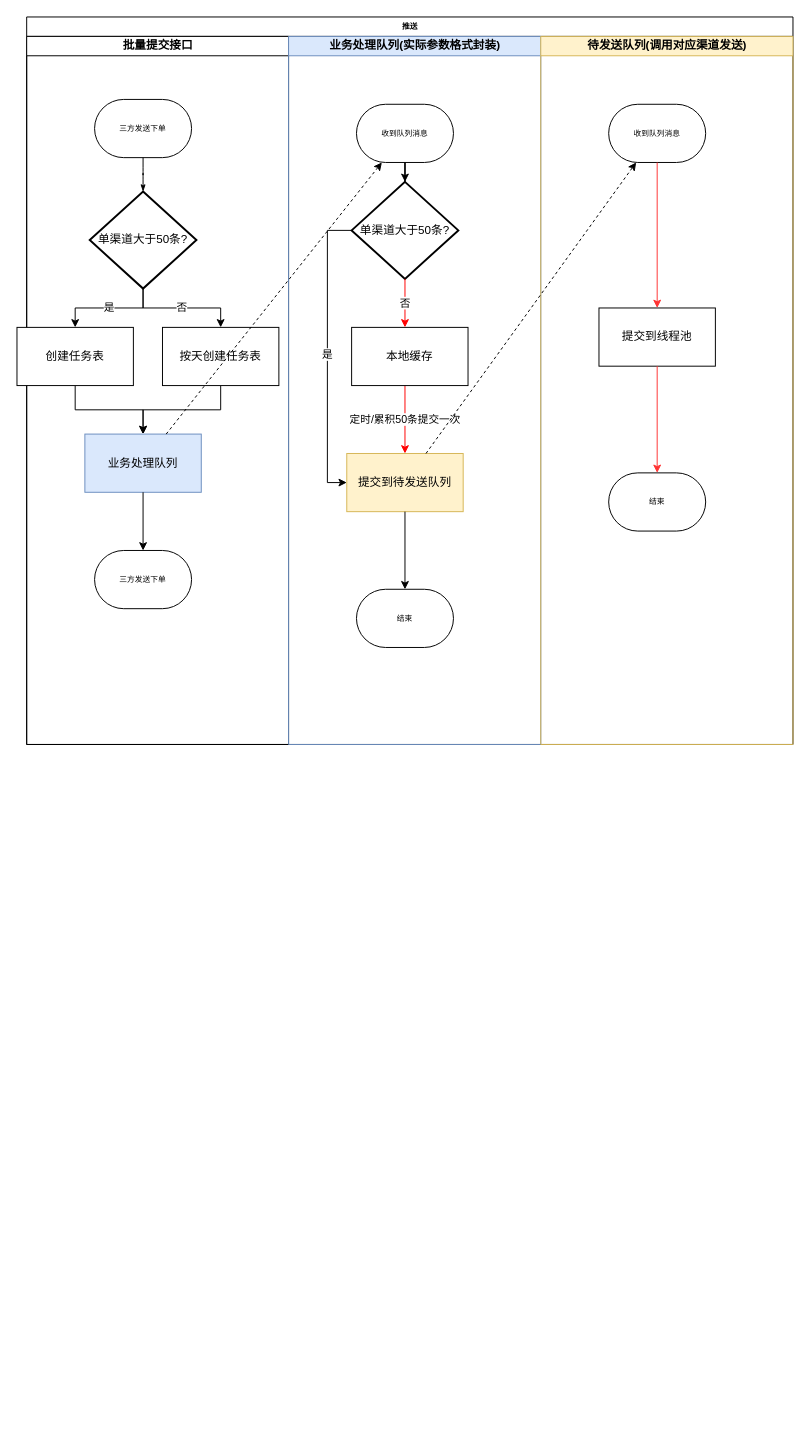
Earlier version of the draw.io diagram 工作项目/推送批量发送优化.drawio (springcloud-boot/draw.io). Source tidied: cells renumbered, new cells numbered last; positions are measured from the earlier drawing's top-left corner, leaving out a move shared by most shapes. Both pictures are drawn from the tidied source at 97%, with x=0, y=0 at pixel (16, 16).
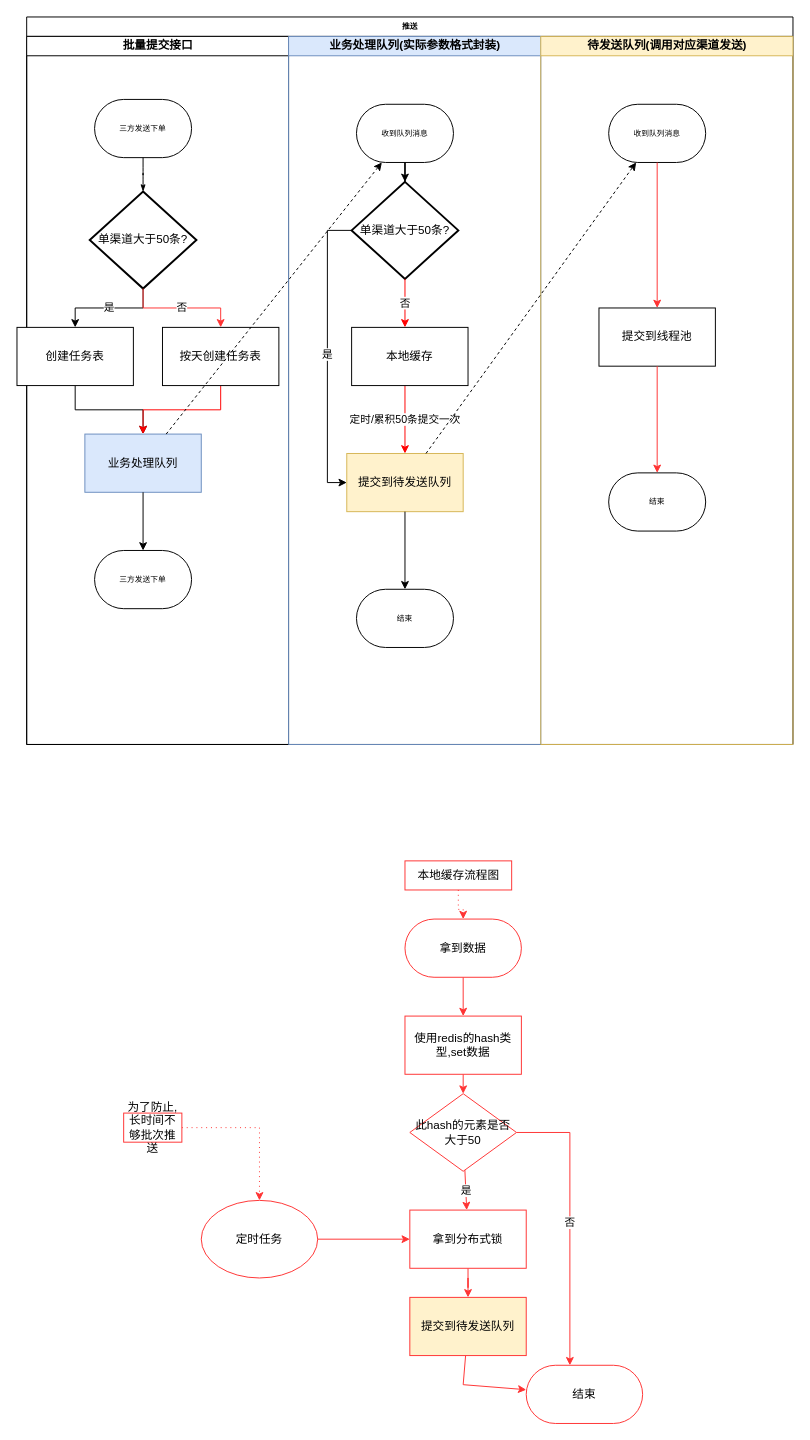
The same page after the edit.

Commit message (it also covers changes not shown here):
更新推送批量发送优化.drawio

Unchanged cells that the change refers to:
```xml
<mxCell id="3" value="批量提交接口" style="swimlane;html=1;startSize=20;" parent="2" vertex="1">
  <mxGeometry y="20" width="270" height="730" as="geometry" />
</mxCell>
<mxCell id="5" value="单渠道大于50条?" style="strokeWidth=2;html=1;shape=mxgraph.flowchart.decision;whiteSpace=wrap;" parent="3" vertex="1">
  <mxGeometry x="65" y="160" width="110" height="100" as="geometry" />
</mxCell>
<mxCell id="11" value="按天创建任务表" style="rounded=0;whiteSpace=wrap;html=1;" parent="3" vertex="1">
  <mxGeometry x="140" y="300" width="120" height="60" as="geometry" />
</mxCell>
<mxCell id="13" value="业务处理队列" style="rounded=0;whiteSpace=wrap;html=1;fillColor=#dae8fc;strokeColor=#6c8ebf;" parent="3" vertex="1">
  <mxGeometry x="60" y="410" width="120" height="60" as="geometry" />
</mxCell>
```

The edit, as a diff of the source:
```diff
@@
-    <mxCell id="10" style="edgeStyle=orthogonalEdgeStyle;rounded=0;jettySize=auto;html=1;" parent="3" edge="1" source="11" target="13">
+    <mxCell id="10" style="edgeStyle=orthogonalEdgeStyle;rounded=0;jettySize=auto;html=1;strokeColor=#FF0000;" parent="3" edge="1" source="11" target="13">
       <mxGeometry relative="1" as="geometry" />
     </mxCell>
@@
-    <mxCell id="12" value="否" style="edgeStyle=orthogonalEdgeStyle;rounded=0;jettySize=auto;html=1;" parent="3" edge="1" source="5" target="11">
+    <mxCell id="12" value="否" style="edgeStyle=orthogonalEdgeStyle;rounded=0;jettySize=auto;html=1;strokeColor=#FF3333;" parent="3" edge="1" source="5" target="11">
       <mxGeometry relative="1" as="geometry" />
     </mxCell>
@@
+    <mxCell id="35" style="edgeStyle=orthogonalEdgeStyle;rounded=0;jettySize=auto;html=1;dashed=1;dashPattern=1 4;strokeColor=#FF3333;" parent="1" edge="1" source="36" target="38">
+      <mxGeometry relative="1" as="geometry" />
+    </mxCell>
+    <mxCell id="36" value="本地缓存流程图" style="text;html=1;align=center;verticalAlign=middle;points=[];strokeColor=#FF3333;fillColor=none;" parent="1" vertex="1">
+      <mxGeometry x="400" y="870" width="110" height="30" as="geometry" />
+    </mxCell>
+    <mxCell id="37" style="edgeStyle=none;rounded=0;jettySize=auto;html=1;strokeColor=#FF3333;" parent="1" edge="1" source="38" target="40">
+      <mxGeometry relative="1" as="geometry" />
+    </mxCell>
+    <mxCell id="38" value="拿到数据" style="rounded=1;whiteSpace=wrap;html=1;arcSize=50;strokeColor=#FF3333;" parent="1" vertex="1">
+      <mxGeometry x="400" y="930" width="120" height="60" as="geometry" />
+    </mxCell>
+    <mxCell id="39" style="edgeStyle=none;rounded=0;jettySize=auto;html=1;strokeColor=#FF3333;" parent="1" edge="1" source="40" target="43">
+      <mxGeometry relative="1" as="geometry" />
+    </mxCell>
+    <mxCell id="40" value="使用redis的hash类型,set数据" style="rounded=0;whiteSpace=wrap;html=1;strokeColor=#FF3333;" parent="1" vertex="1">
+      <mxGeometry x="400" y="1030" width="120" height="60" as="geometry" />
+    </mxCell>
+    <mxCell id="41" value="是" style="edgeStyle=none;rounded=0;jettySize=auto;html=1;strokeColor=#FF3333;" parent="1" edge="1" source="43" target="48">
+      <mxGeometry relative="1" as="geometry" />
+    </mxCell>
+    <mxCell id="42" value="否" style="edgeStyle=orthogonalEdgeStyle;rounded=0;jettySize=auto;html=1;strokeColor=#FF3333;" parent="1" edge="1" source="43" target="46">
+      <mxGeometry relative="1" as="geometry">
+        <Array as="points">
+          <mxPoint x="570" y="1150" />
+        </Array>
+      </mxGeometry>
+    </mxCell>
+    <mxCell id="43" value="此hash的元素是否大于50" style="rhombus;whiteSpace=wrap;html=1;strokeColor=#FF3333;" parent="1" vertex="1">
+      <mxGeometry x="405" y="1110" width="110" height="80" as="geometry" />
+    </mxCell>
+    <mxCell id="44" style="edgeStyle=none;rounded=0;jettySize=auto;html=1;strokeColor=#FF3333;" parent="1" edge="1" source="45" target="46">
+      <mxGeometry relative="1" as="geometry">
+        <Array as="points">
+          <mxPoint x="460" y="1410" />
+        </Array>
+      </mxGeometry>
+    </mxCell>
+    <mxCell id="45" value="提交到待发送队列" style="rounded=0;whiteSpace=wrap;html=1;fillColor=#fff2cc;strokeColor=#FF3333;" parent="1" vertex="1">
+      <mxGeometry x="405" y="1320" width="120" height="60" as="geometry" />
+    </mxCell>
+    <mxCell id="46" value="结束" style="rounded=1;whiteSpace=wrap;html=1;arcSize=50;strokeColor=#FF3333;" parent="1" vertex="1">
+      <mxGeometry x="525" y="1390" width="120" height="60" as="geometry" />
+    </mxCell>
+    <mxCell id="47" style="edgeStyle=orthogonalEdgeStyle;rounded=0;jettySize=auto;html=1;strokeColor=#FF3333;" parent="1" edge="1" source="48" target="45">
+      <mxGeometry relative="1" as="geometry" />
+    </mxCell>
+    <mxCell id="48" value="拿到分布式锁" style="rounded=0;whiteSpace=wrap;html=1;strokeColor=#FF3333;" parent="1" vertex="1">
+      <mxGeometry x="405" y="1230" width="120" height="60" as="geometry" />
+    </mxCell>
+    <mxCell id="49" style="edgeStyle=orthogonalEdgeStyle;rounded=0;jettySize=auto;html=1;strokeColor=#FF3333;" parent="1" edge="1" source="50" target="48">
+      <mxGeometry relative="1" as="geometry" />
+    </mxCell>
+    <mxCell id="50" value="定时任务" style="ellipse;whiteSpace=wrap;html=1;strokeColor=#FF3333;" parent="1" vertex="1">
+      <mxGeometry x="190" y="1220" width="120" height="80" as="geometry" />
+    </mxCell>
+    <mxCell id="51" style="edgeStyle=orthogonalEdgeStyle;rounded=0;jettySize=auto;html=1;strokeColor=#FF3333;dashed=1;dashPattern=1 4;" parent="1" edge="1" source="52" target="50">
+      <mxGeometry relative="1" as="geometry" />
+    </mxCell>
+    <mxCell id="52" value="为了防止,长时间不够批次推送" style="text;html=1;strokeColor=#FF3333;fillColor=none;align=center;verticalAlign=middle;whiteSpace=wrap;rounded=0;" parent="1" vertex="1">
+      <mxGeometry x="110" y="1130" width="60" height="30" as="geometry" />
+    </mxCell>
```
